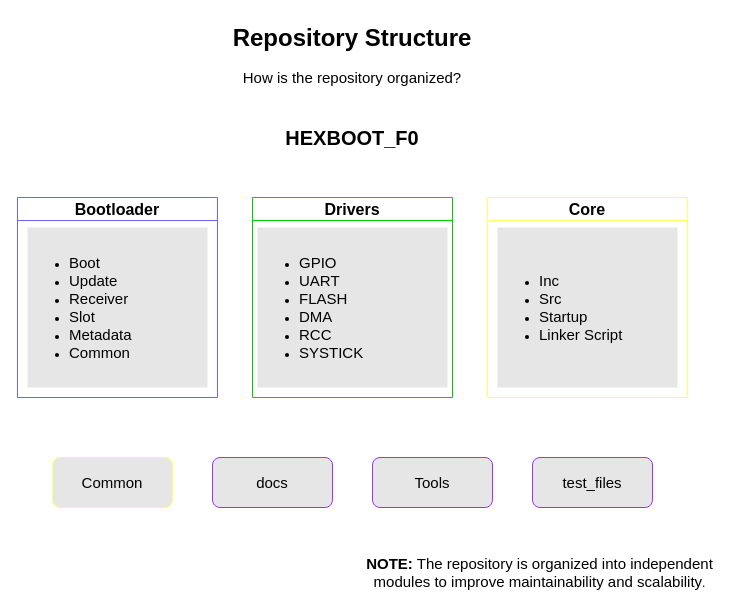
Earlier version of the draw.io diagram page "01 - Repository structure" (1 of 8) of docs/Architecture.drawio (brajogopal/HEXBOOT_F0). Source tidied: cells renumbered, new cells numbered last; positions are measured from the earlier drawing's top-left corner, leaving out a move shared by most shapes. Both pictures are drawn from the tidied source at 100%, with x=0, y=0 at pixel (17, 17).
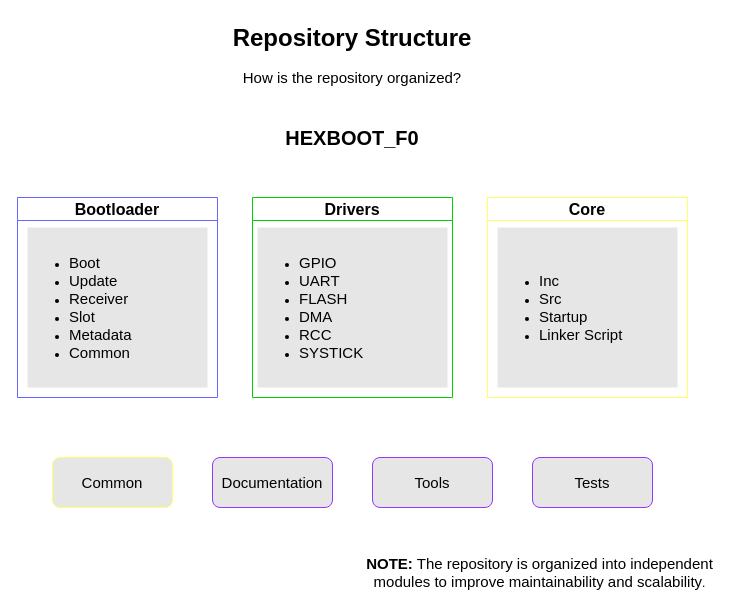
After the change.

The edit, as a diff of the source:
```diff
@@
 <mxGraphModel>
   <root>
     <mxCell id="0" />
     <mxCell id="1" parent="0" />
     <mxCell id="2" value="&lt;h1 style=&quot;margin-top: 0px;&quot;&gt;Repository Structure&lt;/h1&gt;&lt;p&gt;&lt;font style=&quot;font-size: 15px;&quot;&gt;How is the repository organized?&lt;/font&gt;&lt;/p&gt;" style="text;html=1;whiteSpace=wrap;overflow=hidden;rounded=0;align=center;" parent="1" vertex="1">
       <mxGeometry x="50" width="570" height="100" as="geometry" />
     </mxCell>
     <mxCell id="3" value="&lt;font style=&quot;font-size: 20px;&quot;&gt;&lt;b style=&quot;&quot;&gt;HEXBOOT_F0&lt;/b&gt;&lt;/font&gt;" style="text;html=1;whiteSpace=wrap;strokeColor=none;fillColor=none;align=center;verticalAlign=middle;rounded=0;" parent="1" vertex="1">
       <mxGeometry x="255" y="100" width="160" height="40" as="geometry" />
     </mxCell>
     <mxCell id="4" value="&lt;font style=&quot;font-size: 16px;&quot;&gt;Bootloader&lt;/font&gt;" style="swimlane;whiteSpace=wrap;html=1;strokeColor=#6666FF;" parent="1" vertex="1">
       <mxGeometry y="180" width="200" height="200" as="geometry" />
     </mxCell>
     <mxCell id="5" value="&lt;font style=&quot;font-size: 16px;&quot;&gt;Drivers&lt;/font&gt;" style="swimlane;whiteSpace=wrap;html=1;strokeColor=#00CC00;" parent="1" vertex="1">
       <mxGeometry x="235" y="180" width="200" height="200" as="geometry" />
     </mxCell>
     <mxCell id="6" value="&lt;font style=&quot;font-size: 16px;&quot;&gt;Core&lt;/font&gt;" style="swimlane;whiteSpace=wrap;html=1;startSize=23;strokeColor=#FFFF66;" parent="1" vertex="1">
       <mxGeometry x="470" y="180" width="200" height="200" as="geometry" />
     </mxCell>
     <mxCell id="7" value="&lt;ul&gt;&lt;li style=&quot;&quot;&gt;&lt;span style=&quot;font-size: 15px;&quot;&gt;Boot&lt;/span&gt;&lt;/li&gt;&lt;li style=&quot;&quot;&gt;&lt;span style=&quot;font-size: 15px;&quot;&gt;Update&lt;/span&gt;&lt;/li&gt;&lt;li style=&quot;&quot;&gt;&lt;span style=&quot;font-size: 15px;&quot;&gt;Receiver&lt;/span&gt;&lt;/li&gt;&lt;li style=&quot;&quot;&gt;&lt;span style=&quot;font-size: 15px;&quot;&gt;Slot&lt;/span&gt;&lt;/li&gt;&lt;li style=&quot;&quot;&gt;&lt;span style=&quot;font-size: 15px;&quot;&gt;Metadata&lt;/span&gt;&lt;/li&gt;&lt;li&gt;&lt;span style=&quot;background-color: transparent; color: light-dark(rgb(0, 0, 0), rgb(255, 255, 255)); font-size: 15px;&quot;&gt;Common&lt;/span&gt;&lt;/li&gt;&lt;/ul&gt;" style="text;html=1;whiteSpace=wrap;strokeColor=none;fillColor=#E6E6E6;align=left;verticalAlign=middle;rounded=0;" parent="1" vertex="1">
       <mxGeometry x="10" y="210" width="180" height="160" as="geometry" />
     </mxCell>
     <mxCell id="8" value="&lt;ul&gt;&lt;li&gt;&lt;font style=&quot;font-size: 15px;&quot;&gt;GPIO&lt;/font&gt;&lt;/li&gt;&lt;li&gt;&lt;font style=&quot;font-size: 15px;&quot;&gt;UART&lt;/font&gt;&lt;/li&gt;&lt;li&gt;&lt;font style=&quot;font-size: 15px;&quot;&gt;FLASH&lt;/font&gt;&lt;/li&gt;&lt;li&gt;&lt;font style=&quot;font-size: 15px;&quot;&gt;DMA&lt;/font&gt;&lt;/li&gt;&lt;li&gt;&lt;font style=&quot;font-size: 15px;&quot;&gt;RCC&lt;/font&gt;&lt;/li&gt;&lt;li&gt;&lt;font style=&quot;font-size: 15px;&quot;&gt;SYSTICK&lt;/font&gt;&lt;/li&gt;&lt;/ul&gt;" style="text;html=1;whiteSpace=wrap;strokeColor=none;fillColor=#E6E6E6;align=left;verticalAlign=middle;rounded=0;" parent="1" vertex="1">
       <mxGeometry x="240" y="210" width="190" height="160" as="geometry" />
     </mxCell>
     <mxCell id="9" value="&lt;ul&gt;&lt;li&gt;&lt;font style=&quot;font-size: 15px;&quot;&gt;Inc&lt;/font&gt;&lt;/li&gt;&lt;li&gt;&lt;font style=&quot;font-size: 15px;&quot;&gt;Src&lt;/font&gt;&lt;/li&gt;&lt;li&gt;&lt;font style=&quot;font-size: 15px;&quot;&gt;Startup&lt;/font&gt;&lt;/li&gt;&lt;li&gt;&lt;font style=&quot;font-size: 15px;&quot;&gt;Linker Script&lt;/font&gt;&lt;/li&gt;&lt;/ul&gt;" style="text;html=1;whiteSpace=wrap;strokeColor=none;fillColor=#E6E6E6;align=left;verticalAlign=middle;rounded=0;" parent="1" vertex="1">
       <mxGeometry x="480" y="210" width="180" height="160" as="geometry" />
     </mxCell>
     <mxCell id="10" value="&lt;font style=&quot;font-size: 15px;&quot;&gt;Common&lt;/font&gt;" style="rounded=1;whiteSpace=wrap;html=1;fillColor=#E6E6E6;strokeColor=#FFFF66;" parent="1" vertex="1">
       <mxGeometry x="35" y="440" width="120" height="50" as="geometry" />
     </mxCell>
-    <mxCell id="11" value="&lt;font style=&quot;font-size: 15px;&quot;&gt;docs&lt;/font&gt;" style="rounded=1;whiteSpace=wrap;html=1;strokeColor=#9933FF;fillColor=#E6E6E6;" parent="1" vertex="1">
+    <mxCell id="11" value="&lt;font style=&quot;font-size: 15px;&quot;&gt;Documentation&lt;/font&gt;" style="rounded=1;whiteSpace=wrap;html=1;strokeColor=#9933FF;fillColor=#E6E6E6;" parent="1" vertex="1">
       <mxGeometry x="195" y="440" width="120" height="50" as="geometry" />
     </mxCell>
     <mxCell id="12" value="&lt;font style=&quot;font-size: 15px;&quot;&gt;Tools&lt;/font&gt;" style="rounded=1;whiteSpace=wrap;html=1;strokeColor=#9933FF;fillColor=#E6E6E6;" parent="1" vertex="1">
       <mxGeometry x="355" y="440" width="120" height="50" as="geometry" />
     </mxCell>
-    <mxCell id="13" value="&lt;font style=&quot;font-size: 15px;&quot;&gt;test_files&lt;/font&gt;" style="rounded=1;whiteSpace=wrap;html=1;strokeColor=#9933FF;fillColor=#E6E6E6;" parent="1" vertex="1">
+    <mxCell id="13" value="&lt;font style=&quot;font-size: 15px;&quot;&gt;Tests&lt;/font&gt;" style="rounded=1;whiteSpace=wrap;html=1;strokeColor=#9933FF;fillColor=#E6E6E6;" parent="1" vertex="1">
       <mxGeometry x="515" y="440" width="120" height="50" as="geometry" />
     </mxCell>
     <mxCell id="14" value="&lt;font style=&quot;font-size: 15px;&quot;&gt;&lt;strong style=&quot;&quot;&gt;NOTE:&lt;/strong&gt; The repository is organized into independent modules to improve maintainability and scalability&lt;/font&gt;." style="text;html=1;whiteSpace=wrap;strokeColor=none;fillColor=none;align=center;verticalAlign=middle;rounded=0;" parent="1" vertex="1">
       <mxGeometry x="335" y="540" width="375" height="30" as="geometry" />
     </mxCell>
   </root>
 </mxGraphModel>
```
